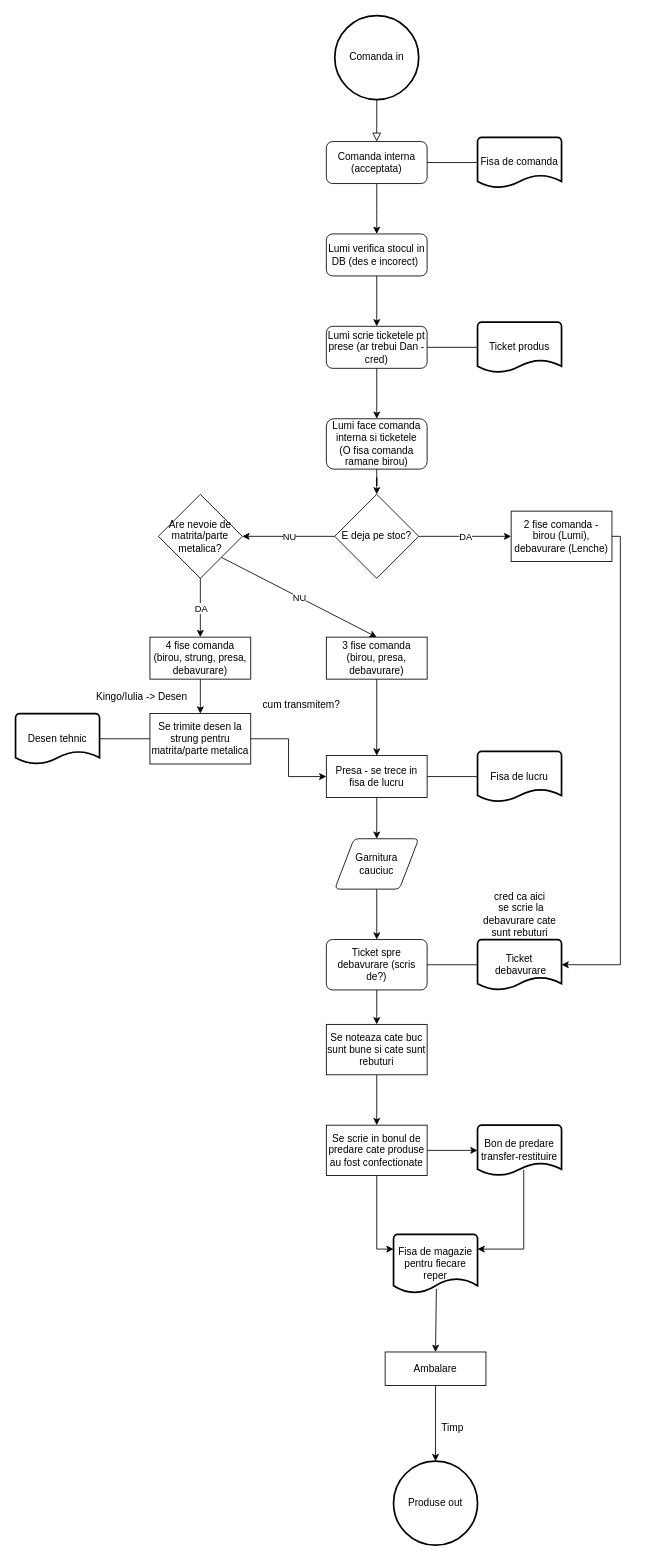
This is comandaFLow.drawio from CodeConjurerEth/Vulcom, a draw.io file, before an edit. Source tidied: cells renumbered, new cells numbered last; positions are measured from the earlier drawing's top-left corner, leaving out a move shared by most shapes. Both pictures are drawn from the tidied source at 84%, with x=0, y=0 at pixel (15, 15).
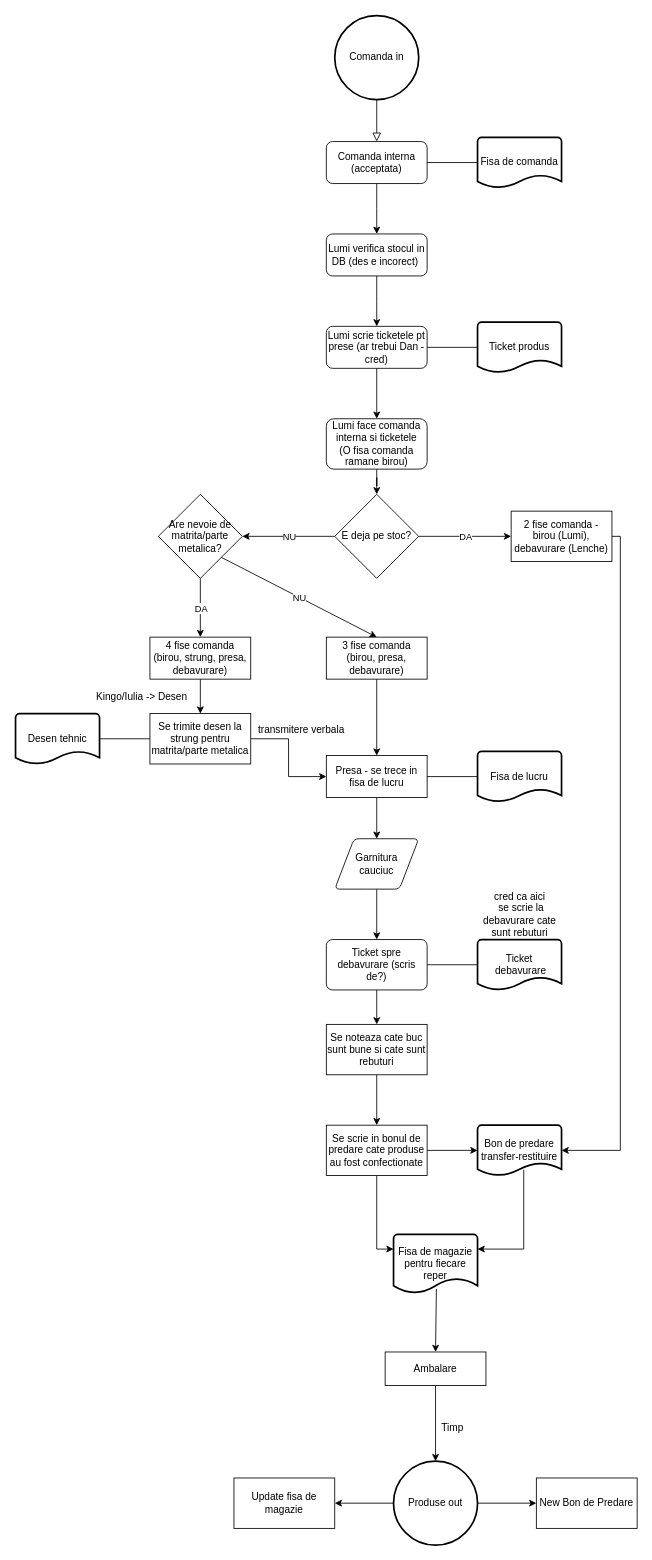
The same page after the edit.

Unchanged cells that the change refers to:
```xml
<mxCell id="13" value="2 fise comanda -&lt;br&gt;birou (Lumi), debavurare (Lenche)" style="whiteSpace=wrap;html=1;rounded=0;" parent="1" vertex="1">
  <mxGeometry x="590" y="590" width="120" height="60" as="geometry" />
</mxCell>
<mxCell id="35" value="Ticket&lt;br&gt;&amp;nbsp;debavurare" style="strokeWidth=2;html=1;shape=mxgraph.flowchart.document2;whiteSpace=wrap;size=0.25;" parent="1" vertex="1">
  <mxGeometry x="550" y="1100" width="100" height="60" as="geometry" />
</mxCell>
<mxCell id="45" value="Bon de predare&lt;br&gt;transfer-restituire" style="strokeWidth=2;html=1;shape=mxgraph.flowchart.document2;whiteSpace=wrap;size=0.25;" parent="1" vertex="1">
  <mxGeometry x="550" y="1321" width="100" height="60" as="geometry" />
</mxCell>
<mxCell id="57" value="Produse out" style="strokeWidth=2;html=1;shape=mxgraph.flowchart.start_2;whiteSpace=wrap;" parent="1" vertex="1">
  <mxGeometry x="450" y="1721" width="100" height="100" as="geometry" />
</mxCell>
```

The edit, as a diff of the source:
```diff
@@
-    <mxCell id="40" style="endArrow=classic;html=1;rounded=0;exitX=1;exitY=0.5;exitDx=0;exitDy=0;entryX=1;entryY=0.5;entryDx=0;entryDy=0;entryPerimeter=0;" parent="1" edge="1" source="13" target="35">
+    <mxCell id="40" style="endArrow=classic;html=1;rounded=0;exitX=1;exitY=0.5;exitDx=0;exitDy=0;entryX=1;entryY=0.5;entryDx=0;entryDy=0;entryPerimeter=0;" parent="1" edge="1" source="13" target="45">
       <mxGeometry relative="1" as="geometry">
         <Array as="points">
           <mxPoint x="720" y="620" />
-          <mxPoint x="720" y="1130" />
+          <mxPoint x="720" y="1351" />
         </Array>
       </mxGeometry>
     </mxCell>
@@
-    <mxCell id="42" value="cum transmitem?" style="text;html=1;align=center;verticalAlign=middle;strokeColor=none;fillColor=none;" parent="1" vertex="1">
-      <mxGeometry x="285" y="811" width="110" height="20" as="geometry" />
+    <mxCell id="42" value="transmitere verbala" style="text;html=1;align=center;verticalAlign=middle;strokeColor=none;fillColor=none;" parent="1" vertex="1">
+      <mxGeometry x="280" y="841" width="120" height="20" as="geometry" />
     </mxCell>
@@
+    <mxCell id="61" style="edgeStyle=orthogonalEdgeStyle;rounded=0;jettySize=auto;html=1;" parent="1" edge="1" source="57" target="63">
+      <mxGeometry relative="1" as="geometry" />
+    </mxCell>
+    <mxCell id="62" style="edgeStyle=orthogonalEdgeStyle;rounded=0;jettySize=auto;html=1;" parent="1" edge="1" source="57" target="64">
+      <mxGeometry relative="1" as="geometry" />
+    </mxCell>
@@
+    <mxCell id="63" value="New Bon de Predare" style="whiteSpace=wrap;html=1;strokeWidth=1;" parent="1" vertex="1">
+      <mxGeometry x="620" y="1741" width="120" height="60" as="geometry" />
+    </mxCell>
+    <mxCell id="64" value="Update fisa de magazie" style="whiteSpace=wrap;html=1;strokeWidth=1;" parent="1" vertex="1">
+      <mxGeometry x="260" y="1741" width="120" height="60" as="geometry" />
+    </mxCell>
```
